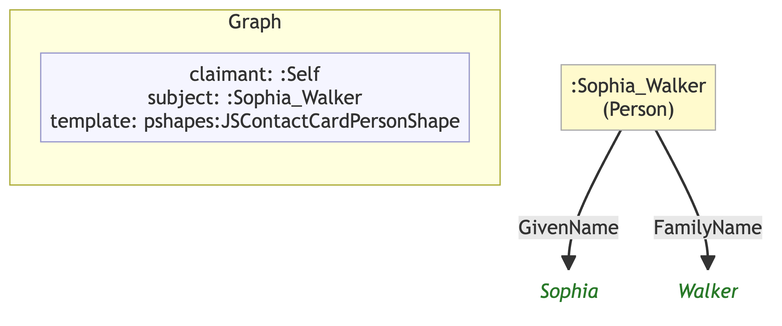
The Mermaid diagram example/graphs/images/graph-07.png in MeeFoundation/mia-ontologies, before a commit. Its source is kept beside it as example/graphs/images/graph-07.mmd.
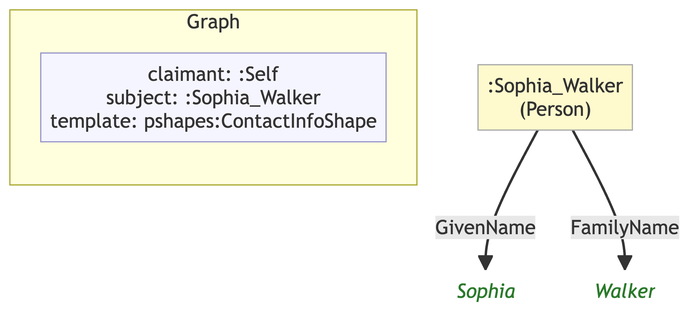
Above is the later version.

What changed in the source:
```diff
@@ -6,12 +6,12 @@
 
     subgraph ctx["Graph"]
         direction LR
-        ctx_meta["claimant: :Self\nsubject: :Sophia_Walker\ntemplate: pshapes:JSContactCardPersonShape"]:::meta
+        ctx_meta["claimant: :Self\nsubject: :Sophia_Walker\ntemplate: pshapes:ContactInfoShape"]:::meta
     end
 
     n2862909bb09a[":Sophia_Walker\n(Person)"]:::person
-    nd361278e68fc("Sophia"):::lit
-    n0b7cb87e02be("Walker"):::lit
+    nf718dff04c23("Sophia"):::lit
+    nd41112f93d5f("Walker"):::lit
 
-    n2862909bb09a -->|"GivenName"| nd361278e68fc
-    n2862909bb09a -->|"FamilyName"| n0b7cb87e02be
+    n2862909bb09a -->|"GivenName"| nf718dff04c23
+    n2862909bb09a -->|"FamilyName"| nd41112f93d5f
```
